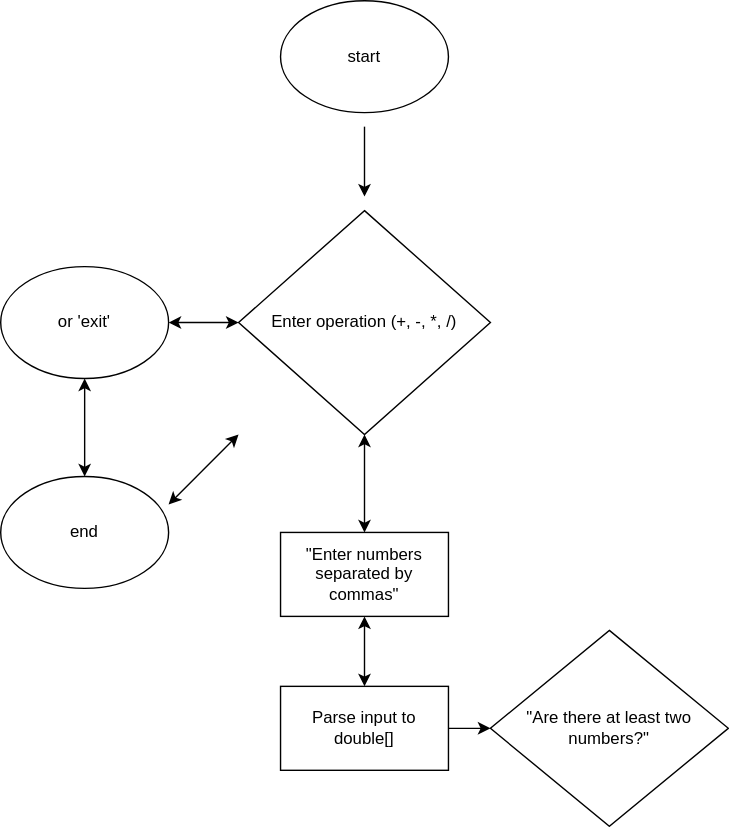
The draw.io diagram calc_diagram.drawio.svg in Viktoriia-P-H11/Calc, before a commit. Source tidied: cells renumbered, new cells last; positions are measured from the earlier drawing's top-left corner, leaving out a move shared by most shapes.
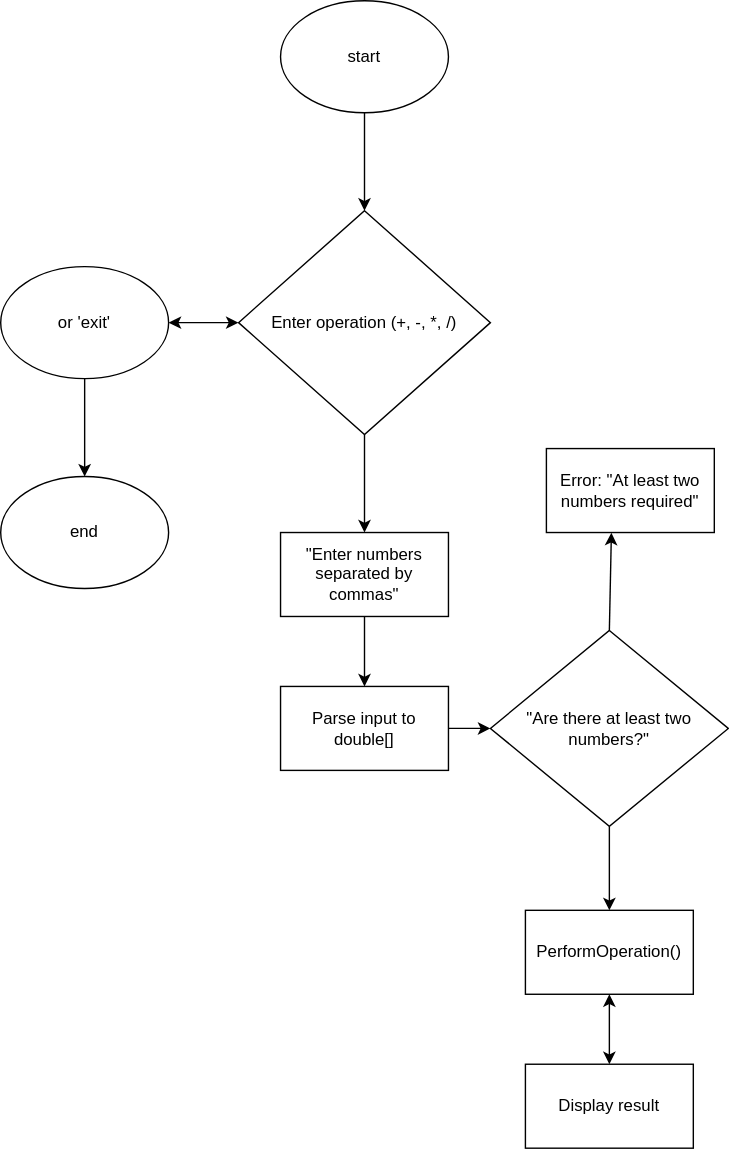
The same file after the commit.

What changed in the source:
```diff
@@ -5,11 +5,8 @@
     <mxCell id="2" value="start" style="ellipse;whiteSpace=wrap;html=1;" parent="1" vertex="1">
       <mxGeometry x="200" width="120" height="80" as="geometry" />
     </mxCell>
-    <mxCell id="3" style="endArrow=classic;html=1;rounded=0;" parent="1" edge="1">
-      <mxGeometry relative="1" as="geometry">
-        <mxPoint x="260" y="90" as="sourcePoint" />
-        <mxPoint x="260" y="140" as="targetPoint" />
-      </mxGeometry>
+    <mxCell id="3" style="endArrow=classic;html=1;rounded=0;exitX=0.5;exitY=1;exitDx=0;exitDy=0;entryX=0.5;entryY=0;entryDx=0;entryDy=0;" parent="1" edge="1" source="2" target="4">
+      <mxGeometry relative="1" as="geometry" />
     </mxCell>
     <mxCell id="4" value="Enter operation (+, -, *, /) " style="rhombus;whiteSpace=wrap;html=1;" parent="1" vertex="1">
       <mxGeometry x="170" y="150" width="180" height="160" as="geometry" />
@@ -22,41 +19,49 @@
     <mxCell id="6" value="&lt;br&gt;or 'exit'&lt;div&gt;&lt;br/&gt;&lt;/div&gt;" style="ellipse;whiteSpace=wrap;html=1;" parent="1" vertex="1">
       <mxGeometry y="190" width="120" height="80" as="geometry" />
     </mxCell>
-    <mxCell id="7" style="endArrow=classic;startArrow=classic;html=1;rounded=0;entryX=0.5;entryY=1;entryDx=0;entryDy=0;" parent="1" edge="1" target="6">
-      <mxGeometry relative="1" as="geometry">
-        <mxPoint x="60" y="340" as="sourcePoint" />
-      </mxGeometry>
-    </mxCell>
     <mxCell id="8" value="end" style="ellipse;whiteSpace=wrap;html=1;" parent="1" vertex="1">
       <mxGeometry y="340" width="120" height="80" as="geometry" />
     </mxCell>
-    <mxCell id="9" style="endArrow=classic;startArrow=classic;html=1;rounded=0;entryX=0.5;entryY=1;entryDx=0;entryDy=0;" parent="1" edge="1" target="4">
-      <mxGeometry relative="1" as="geometry">
-        <mxPoint x="260" y="380" as="sourcePoint" />
-      </mxGeometry>
-    </mxCell>
     <mxCell id="10" value="&quot;Enter numbers separated by commas&quot;" style="rounded=0;whiteSpace=wrap;html=1;" parent="1" vertex="1">
       <mxGeometry x="200" y="380" width="120" height="60" as="geometry" />
     </mxCell>
-    <mxCell id="11" style="endArrow=classic;startArrow=classic;html=1;rounded=0;entryX=0.5;entryY=1;entryDx=0;entryDy=0;" parent="1" edge="1" target="10">
-      <mxGeometry relative="1" as="geometry">
-        <mxPoint x="260" y="490" as="sourcePoint" />
-      </mxGeometry>
-    </mxCell>
     <mxCell id="12" style="edgeStyle=orthogonalEdgeStyle;rounded=0;jettySize=auto;html=1;" parent="1" edge="1" source="13" target="15">
       <mxGeometry relative="1" as="geometry" />
     </mxCell>
     <mxCell id="13" value="Parse input to double[]" style="rounded=0;whiteSpace=wrap;html=1;" parent="1" vertex="1">
       <mxGeometry x="200" y="490" width="120" height="60" as="geometry" />
     </mxCell>
-    <mxCell id="14" style="endArrow=classic;startArrow=classic;html=1;rounded=0;" parent="1" edge="1">
-      <mxGeometry relative="1" as="geometry">
-        <mxPoint x="120" y="360" as="sourcePoint" />
-        <mxPoint x="170" y="310" as="targetPoint" />
-      </mxGeometry>
-    </mxCell>
     <mxCell id="15" value="&quot;Are there at least two numbers?&quot;" style="rhombus;whiteSpace=wrap;html=1;" parent="1" vertex="1">
       <mxGeometry x="350" y="450" width="170" height="140" as="geometry" />
     </mxCell>
+    <mxCell id="16" value="Error: &quot;At least two numbers required&quot;" style="rounded=0;whiteSpace=wrap;html=1;" parent="1" vertex="1">
+      <mxGeometry x="390" y="320" width="120" height="60" as="geometry" />
+    </mxCell>
+    <mxCell id="17" value="PerformOperation()" style="rounded=0;whiteSpace=wrap;html=1;" parent="1" vertex="1">
+      <mxGeometry x="375" y="650" width="120" height="60" as="geometry" />
+    </mxCell>
+    <mxCell id="18" style="endArrow=classic;startArrow=classic;html=1;rounded=0;entryX=0.5;entryY=1;entryDx=0;entryDy=0;" parent="1" edge="1" target="17">
+      <mxGeometry relative="1" as="geometry">
+        <mxPoint x="435" y="760" as="sourcePoint" />
+      </mxGeometry>
+    </mxCell>
+    <mxCell id="19" value="Display result" style="rounded=0;whiteSpace=wrap;html=1;" parent="1" vertex="1">
+      <mxGeometry x="375" y="760" width="120" height="60" as="geometry" />
+    </mxCell>
+    <mxCell id="20" style="endArrow=classic;html=1;rounded=0;entryX=0.5;entryY=0;entryDx=0;entryDy=0;exitX=0.5;exitY=1;exitDx=0;exitDy=0;" parent="1" edge="1" source="15" target="17">
+      <mxGeometry relative="1" as="geometry" />
+    </mxCell>
+    <mxCell id="21" style="endArrow=classic;html=1;rounded=0;entryX=0.387;entryY=1.003;entryDx=0;entryDy=0;exitX=0.5;exitY=0;exitDx=0;exitDy=0;entryPerimeter=0;" parent="1" edge="1" source="15" target="16">
+      <mxGeometry relative="1" as="geometry" />
+    </mxCell>
+    <mxCell id="22" style="endArrow=classic;html=1;rounded=0;exitX=0.5;exitY=1;exitDx=0;exitDy=0;entryX=0.5;entryY=0;entryDx=0;entryDy=0;" parent="1" edge="1" source="4" target="10">
+      <mxGeometry relative="1" as="geometry" />
+    </mxCell>
+    <mxCell id="23" style="endArrow=classic;html=1;rounded=0;exitX=0.5;exitY=1;exitDx=0;exitDy=0;entryX=0.5;entryY=0;entryDx=0;entryDy=0;" parent="1" edge="1" source="10" target="13">
+      <mxGeometry relative="1" as="geometry" />
+    </mxCell>
+    <mxCell id="24" style="endArrow=classic;html=1;rounded=0;exitX=0.5;exitY=1;exitDx=0;exitDy=0;" parent="1" edge="1" source="6" target="8">
+      <mxGeometry relative="1" as="geometry" />
+    </mxCell>
   </root>
 </mxGraphModel>
```
